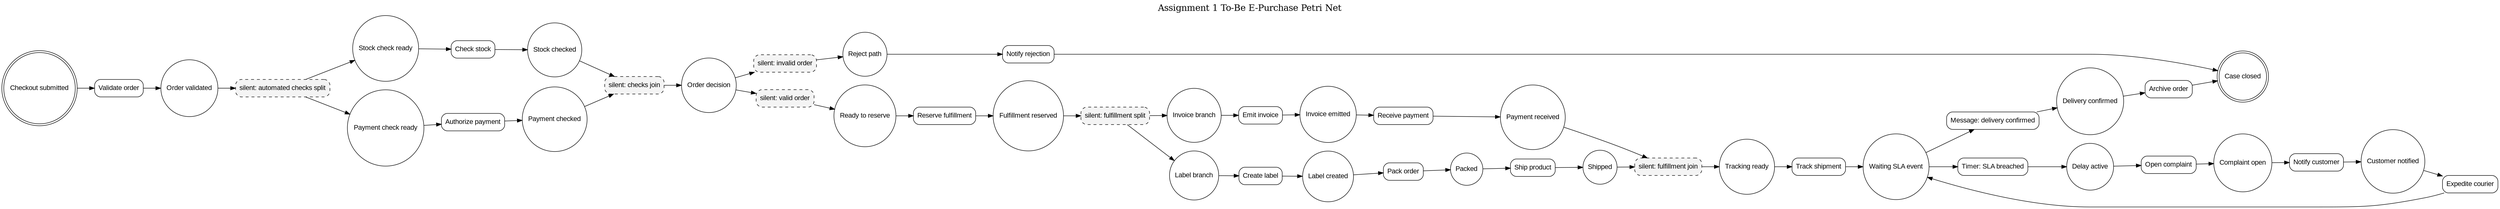
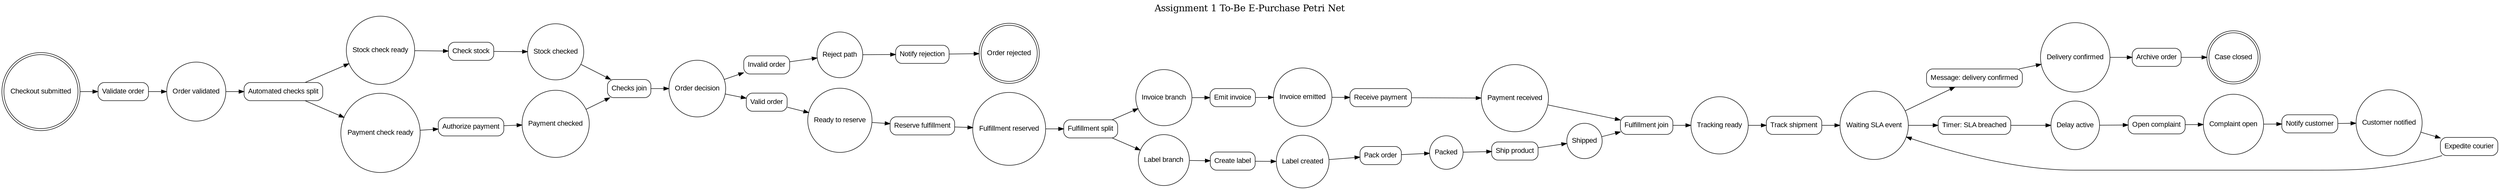
- digraph assignment1_to_be_petri {
+ digraph Net_68764a1 {
  rankdir=LR;
  graph [label="Assignment 1 To-Be E-Purchase Petri Net", labelloc=t, fontsize=18];
  node [fontname="Arial"];
-   p_start [shape=circle, peripheries=2, label="Checkout submitted", width=0.9];
-   p_validated [shape=circle, peripheries=1, label="Order validated", width=0.9];
-   p_stock_ready [shape=circle, peripheries=1, label="Stock check ready", width=0.9];
-   p_payment_ready [shape=circle, peripheries=1, label="Payment check ready", width=0.9];
-   p_stock_checked [shape=circle, peripheries=1, label="Stock checked", width=0.9];
-   p_payment_checked [shape=circle, peripheries=1, label="Payment checked", width=0.9];
-   p_order_decision [shape=circle, peripheries=1, label="Order decision", width=0.9];
-   p_reject_ready [shape=circle, peripheries=1, label="Reject path", width=0.9];
-   p_reserve_ready [shape=circle, peripheries=1, label="Ready to reserve", width=0.9];
-   p_fulfillment_reserved [shape=circle, peripheries=1, label="Fulfillment reserved", width=0.9];
-   p_invoice_ready [shape=circle, peripheries=1, label="Invoice branch", width=0.9];
-   p_label_ready [shape=circle, peripheries=1, label="Label branch", width=0.9];
-   p_invoice_done [shape=circle, peripheries=1, label="Invoice emitted", width=0.9];
-   p_payment_received [shape=circle, peripheries=1, label="Payment received", width=0.9];
-   p_label_created [shape=circle, peripheries=1, label="Label created", width=0.9];
-   p_packed [shape=circle, peripheries=1, label="Packed", width=0.9];
-   p_shipped [shape=circle, peripheries=1, label="Shipped", width=0.9];
-   p_tracking_ready [shape=circle, peripheries=1, label="Tracking ready", width=0.9];
-   p_sla_wait [shape=circle, peripheries=1, label="Waiting SLA event", width=0.9];
-   p_delay_case [shape=circle, peripheries=1, label="Delay active", width=0.9];
-   p_complaint_open [shape=circle, peripheries=1, label="Complaint open", width=0.9];
-   p_customer_notified [shape=circle, peripheries=1, label="Customer notified", width=0.9];
-   p_delivery_ok [shape=circle, peripheries=1, label="Delivery confirmed", width=0.9];
-   p_done [shape=doublecircle, peripheries=2, label="Case closed", width=0.9];
-   t_validate_order [shape=box, style="rounded", label="Validate order"];
-   t_auto_checks_split [shape=box, fillcolor="#f4f4f4", style="filled,dashed,rounded", label="silent: automated checks split"];
-   t_check_stock [shape=box, style="rounded", label="Check stock"];
-   t_authorize_payment [shape=box, style="rounded", label="Authorize payment"];
-   t_checks_join [shape=box, fillcolor="#f4f4f4", style="filled,dashed,rounded", label="silent: checks join"];
-   t_invalid_order [shape=box, fillcolor="#f4f4f4", style="filled,dashed,rounded", label="silent: invalid order"];
-   t_notify_rejection [shape=box, style="rounded", label="Notify rejection"];
-   t_valid_order [shape=box, fillcolor="#f4f4f4", style="filled,dashed,rounded", label="silent: valid order"];
-   t_reserve_fulfillment [shape=box, style="rounded", label="Reserve fulfillment"];
-   t_fulfill_split [shape=box, fillcolor="#f4f4f4", style="filled,dashed,rounded", label="silent: fulfillment split"];
-   t_emit_invoice [shape=box, style="rounded", label="Emit invoice"];
-   t_receive_payment [shape=box, style="rounded", label="Receive payment"];
-   t_create_label [shape=box, style="rounded", label="Create label"];
-   t_pack_order [shape=box, style="rounded", label="Pack order"];
-   t_ship_product [shape=box, style="rounded", label="Ship product"];
-   t_fulfillment_join [shape=box, fillcolor="#f4f4f4", style="filled,dashed,rounded", label="silent: fulfillment join"];
-   t_track_shipment [shape=box, style="rounded", label="Track shipment"];
-   t_delivery_confirmed [shape=box, style="rounded", label="Message: delivery confirmed"];
-   t_sla_breached [shape=box, style="rounded", label="Timer: SLA breached"];
-   t_open_complaint [shape=box, style="rounded", label="Open complaint"];
-   t_notify_customer [shape=box, style="rounded", label="Notify customer"];
-   t_expedite_courier [shape=box, style="rounded", label="Expedite courier"];
-   t_archive_order [shape=box, style="rounded", label="Archive order"];
-   p_start -> t_validate_order;
-   t_validate_order -> p_validated;
-   p_validated -> t_auto_checks_split;
-   t_auto_checks_split -> p_stock_ready;
-   t_auto_checks_split -> p_payment_ready;
-   p_stock_ready -> t_check_stock;
-   t_check_stock -> p_stock_checked;
-   p_payment_ready -> t_authorize_payment;
-   t_authorize_payment -> p_payment_checked;
-   p_stock_checked -> t_checks_join;
-   p_payment_checked -> t_checks_join;
-   t_checks_join -> p_order_decision;
-   p_order_decision -> t_invalid_order;
-   t_invalid_order -> p_reject_ready;
-   p_reject_ready -> t_notify_rejection;
-   t_notify_rejection -> p_done;
-   p_order_decision -> t_valid_order;
-   t_valid_order -> p_reserve_ready;
-   p_reserve_ready -> t_reserve_fulfillment;
-   t_reserve_fulfillment -> p_fulfillment_reserved;
-   p_fulfillment_reserved -> t_fulfill_split;
-   t_fulfill_split -> p_invoice_ready;
-   t_fulfill_split -> p_label_ready;
-   p_invoice_ready -> t_emit_invoice;
-   t_emit_invoice -> p_invoice_done;
-   p_invoice_done -> t_receive_payment;
-   t_receive_payment -> p_payment_received;
-   p_label_ready -> t_create_label;
-   t_create_label -> p_label_created;
-   p_label_created -> t_pack_order;
-   t_pack_order -> p_packed;
-   p_packed -> t_ship_product;
-   t_ship_product -> p_shipped;
-   p_payment_received -> t_fulfillment_join;
-   p_shipped -> t_fulfillment_join;
-   t_fulfillment_join -> p_tracking_ready;
-   p_tracking_ready -> t_track_shipment;
-   t_track_shipment -> p_sla_wait;
-   p_sla_wait -> t_delivery_confirmed;
-   t_delivery_confirmed -> p_delivery_ok;
-   p_delivery_ok -> t_archive_order;
-   t_archive_order -> p_done;
-   p_sla_wait -> t_sla_breached;
-   t_sla_breached -> p_delay_case;
-   p_delay_case -> t_open_complaint;
-   t_open_complaint -> p_complaint_open;
-   p_complaint_open -> t_notify_customer;
-   t_notify_customer -> p_customer_notified;
-   p_customer_notified -> t_expedite_courier;
-   t_expedite_courier -> p_sla_wait;
+   Place_937d194 [shape=circle, peripheries=2, label="Checkout submitted", width=0.9];
+   Place_65941f6 [shape=circle, peripheries=1, label="Order validated", width=0.9];
+   Place_400df02 [shape=circle, peripheries=1, label="Stock check ready", width=0.9];
+   Place_c537cd0 [shape=circle, peripheries=1, label="Payment check ready", width=0.9];
+   Place_d8d6362 [shape=circle, peripheries=1, label="Stock checked", width=0.9];
+   Place_50a29d2 [shape=circle, peripheries=1, label="Payment checked", width=0.9];
+   Place_3fccb45 [shape=circle, peripheries=1, label="Order decision", width=0.9];
+   Place_f202015 [shape=circle, peripheries=1, label="Reject path", width=0.9];
+   Place_fbc24cb [shape=doublecircle, peripheries=2, label="Order rejected", width=0.9];
+   Place_1d2e846 [shape=circle, peripheries=1, label="Ready to reserve", width=0.9];
+   Place_cf3a162 [shape=circle, peripheries=1, label="Fulfillment reserved", width=0.9];
+   Place_7f9ae52 [shape=circle, peripheries=1, label="Invoice branch", width=0.9];
+   Place_0b95593 [shape=circle, peripheries=1, label="Label branch", width=0.9];
+   Place_876cfb8 [shape=circle, peripheries=1, label="Invoice emitted", width=0.9];
+   Place_ecdeddb [shape=circle, peripheries=1, label="Payment received", width=0.9];
+   Place_17df624 [shape=circle, peripheries=1, label="Label created", width=0.9];
+   Place_d472ab7 [shape=circle, peripheries=1, label="Packed", width=0.9];
+   Place_5ccbc3e [shape=circle, peripheries=1, label="Shipped", width=0.9];
+   Place_fed89b8 [shape=circle, peripheries=1, label="Tracking ready", width=0.9];
+   Place_4acc915 [shape=circle, peripheries=1, label="Waiting SLA event", width=0.9];
+   Place_cdea373 [shape=circle, peripheries=1, label="Delay active", width=0.9];
+   Place_f009bfd [shape=circle, peripheries=1, label="Complaint open", width=0.9];
+   Place_52e02b9 [shape=circle, peripheries=1, label="Customer notified", width=0.9];
+   Place_363f94f [shape=circle, peripheries=1, label="Delivery confirmed", width=0.9];
+   Place_be39346 [shape=doublecircle, peripheries=2, label="Case closed", width=0.9];
+   Transition_f58d150 [shape=box, style="rounded", label="Validate order"];
+   Transition_1b597ed [shape=box, style="rounded", label="Automated checks split"];
+   Transition_4e2358b [shape=box, style="rounded", label="Check stock"];
+   Transition_876851a [shape=box, style="rounded", label="Authorize payment"];
+   Transition_0d185ec [shape=box, style="rounded", label="Checks join"];
+   Transition_5ff6c1a [shape=box, style="rounded", label="Invalid order"];
+   Transition_10a44cc [shape=box, style="rounded", label="Notify rejection"];
+   Transition_4004a3c [shape=box, style="rounded", label="Valid order"];
+   Transition_4b83aae [shape=box, style="rounded", label="Reserve fulfillment"];
+   Transition_fe23ec3 [shape=box, style="rounded", label="Fulfillment split"];
+   Transition_a1bc3bf [shape=box, style="rounded", label="Emit invoice"];
+   Transition_a47e29b [shape=box, style="rounded", label="Receive payment"];
+   Transition_ce9bfdc [shape=box, style="rounded", label="Create label"];
+   Transition_99f7873 [shape=box, style="rounded", label="Pack order"];
+   Transition_64d211c [shape=box, style="rounded", label="Ship product"];
+   Transition_31edc09 [shape=box, style="rounded", label="Fulfillment join"];
+   Transition_e869c0d [shape=box, style="rounded", label="Track shipment"];
+   Transition_da0d76b [shape=box, style="rounded", label="Message: delivery confirmed"];
+   Transition_3e142fd [shape=box, style="rounded", label="Timer: SLA breached"];
+   Transition_dc05f0e [shape=box, style="rounded", label="Open complaint"];
+   Transition_1e95d91 [shape=box, style="rounded", label="Notify customer"];
+   Transition_c8a7cdf [shape=box, style="rounded", label="Expedite courier"];
+   Transition_df8b16a [shape=box, style="rounded", label="Archive order"];
+   Place_937d194 -> Transition_f58d150;
+   Transition_f58d150 -> Place_65941f6;
+   Place_65941f6 -> Transition_1b597ed;
+   Transition_1b597ed -> Place_400df02;
+   Transition_1b597ed -> Place_c537cd0;
+   Place_400df02 -> Transition_4e2358b;
+   Transition_4e2358b -> Place_d8d6362;
+   Place_c537cd0 -> Transition_876851a;
+   Transition_876851a -> Place_50a29d2;
+   Place_d8d6362 -> Transition_0d185ec;
+   Place_50a29d2 -> Transition_0d185ec;
+   Transition_0d185ec -> Place_3fccb45;
+   Place_3fccb45 -> Transition_5ff6c1a;
+   Transition_5ff6c1a -> Place_f202015;
+   Place_f202015 -> Transition_10a44cc;
+   Transition_10a44cc -> Place_fbc24cb;
+   Place_3fccb45 -> Transition_4004a3c;
+   Transition_4004a3c -> Place_1d2e846;
+   Place_1d2e846 -> Transition_4b83aae;
+   Transition_4b83aae -> Place_cf3a162;
+   Place_cf3a162 -> Transition_fe23ec3;
+   Transition_fe23ec3 -> Place_7f9ae52;
+   Transition_fe23ec3 -> Place_0b95593;
+   Place_7f9ae52 -> Transition_a1bc3bf;
+   Transition_a1bc3bf -> Place_876cfb8;
+   Place_876cfb8 -> Transition_a47e29b;
+   Transition_a47e29b -> Place_ecdeddb;
+   Place_0b95593 -> Transition_ce9bfdc;
+   Transition_ce9bfdc -> Place_17df624;
+   Place_17df624 -> Transition_99f7873;
+   Transition_99f7873 -> Place_d472ab7;
+   Place_d472ab7 -> Transition_64d211c;
+   Transition_64d211c -> Place_5ccbc3e;
+   Place_ecdeddb -> Transition_31edc09;
+   Place_5ccbc3e -> Transition_31edc09;
+   Transition_31edc09 -> Place_fed89b8;
+   Place_fed89b8 -> Transition_e869c0d;
+   Transition_e869c0d -> Place_4acc915;
+   Place_4acc915 -> Transition_da0d76b;
+   Transition_da0d76b -> Place_363f94f;
+   Place_363f94f -> Transition_df8b16a;
+   Transition_df8b16a -> Place_be39346;
+   Place_4acc915 -> Transition_3e142fd;
+   Transition_3e142fd -> Place_cdea373;
+   Place_cdea373 -> Transition_dc05f0e;
+   Transition_dc05f0e -> Place_f009bfd;
+   Place_f009bfd -> Transition_1e95d91;
+   Transition_1e95d91 -> Place_52e02b9;
+   Place_52e02b9 -> Transition_c8a7cdf;
+   Transition_c8a7cdf -> Place_4acc915;
}
